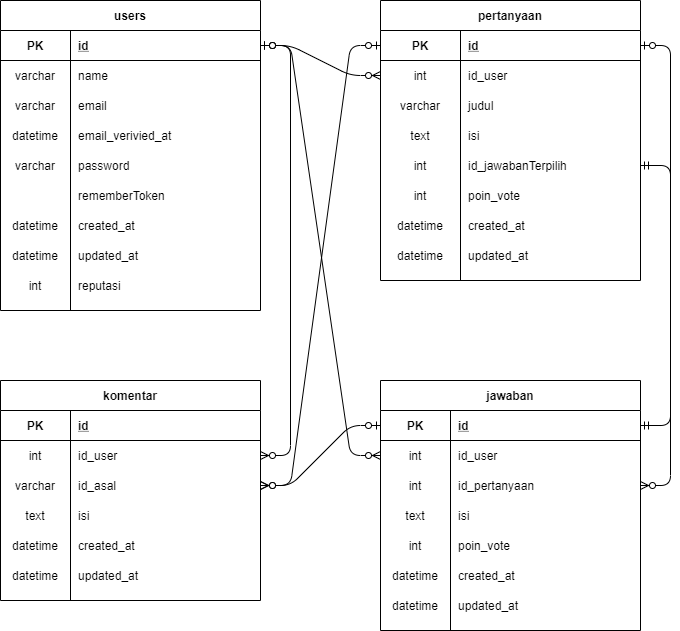
This is public/img/diagram_erd.png from SatrioAkbar12/final_project-kelompok32, a draw.io export, as it was before one commit. Source tidied: cells renumbered, new cells last; positions are measured from the earlier drawing's top-left corner, leaving out a move shared by most shapes.
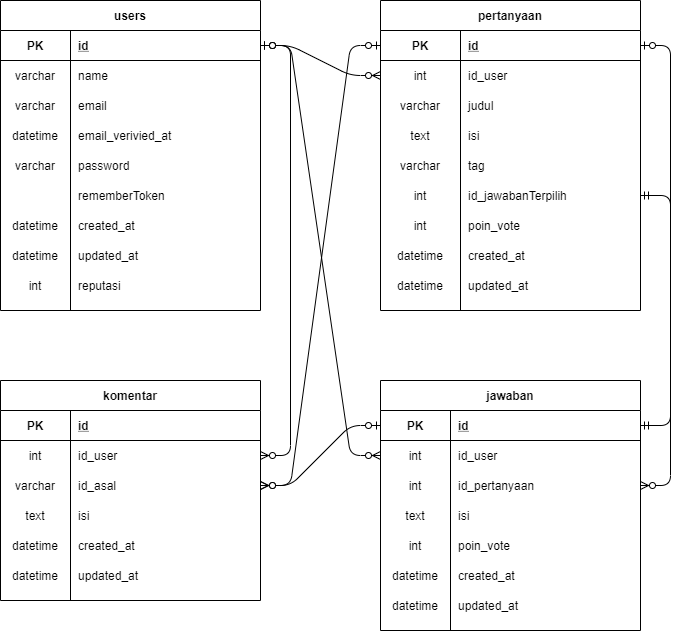
The same file after the commit.

Commit message:
image diagram erd

Diff of the diagram source:
```diff
@@ -12,7 +12,7 @@
       <mxGeometry relative="1" as="geometry" />
     </mxCell>
     <mxCell id="5" value="pertanyaan" style="shape=table;startSize=30;rowLines=0;fontStyle=1;align=center;" parent="1" vertex="1">
-      <mxGeometry x="380" width="260" height="280" as="geometry" />
+      <mxGeometry x="380" width="260" height="310" as="geometry" />
     </mxCell>
     <mxCell id="6" style="shape=partialRectangle;fillColor=none;top=0;left=0;bottom=1;right=0;points=[[0,0.5],[1,0.5]];portConstraint=eastwest;" parent="5" vertex="1">
       <mxGeometry y="30" width="260" height="30" as="geometry" />
@@ -50,8 +50,17 @@
     <mxCell id="17" value="isi" style="shape=partialRectangle;fillColor=none;top=0;left=0;bottom=0;right=0;align=left;spacingLeft=6;overflow=hidden;" parent="15" vertex="1">
       <mxGeometry x="80" width="180" height="30" as="geometry" />
     </mxCell>
+    <mxCell id="103" style="shape=partialRectangle;fillColor=none;top=0;left=0;bottom=0;right=0;" parent="5" vertex="1">
+      <mxGeometry y="150" width="260" height="30" as="geometry" />
+    </mxCell>
+    <mxCell id="104" value="varchar" style="shape=partialRectangle;fillColor=none;top=0;left=0;bottom=0;right=0;overflow=hidden;" parent="103" vertex="1">
+      <mxGeometry width="80" height="30" as="geometry" />
+    </mxCell>
+    <mxCell id="105" value="tag" style="shape=partialRectangle;fillColor=none;top=0;left=0;bottom=0;right=0;align=left;spacingLeft=6;overflow=hidden;" parent="103" vertex="1">
+      <mxGeometry x="80" width="180" height="30" as="geometry" />
+    </mxCell>
     <mxCell id="18" style="shape=partialRectangle;fillColor=none;top=0;left=0;bottom=0;right=0;points=[[0,0.5],[1,0.5]];portConstraint=eastwest;" parent="5" vertex="1">
-      <mxGeometry y="150" width="260" height="30" as="geometry" />
+      <mxGeometry y="180" width="260" height="30" as="geometry" />
     </mxCell>
     <mxCell id="19" value="int" style="shape=partialRectangle;fillColor=none;top=0;left=0;bottom=0;right=0;overflow=hidden;" parent="18" vertex="1">
       <mxGeometry width="80" height="30" as="geometry" />
@@ -60,7 +69,7 @@
       <mxGeometry x="80" width="180" height="30" as="geometry" />
     </mxCell>
     <mxCell id="21" style="shape=partialRectangle;fillColor=none;top=0;left=0;bottom=0;right=0;" parent="5" vertex="1">
-      <mxGeometry y="180" width="260" height="30" as="geometry" />
+      <mxGeometry y="210" width="260" height="30" as="geometry" />
     </mxCell>
     <mxCell id="22" value="int" style="shape=partialRectangle;fillColor=none;top=0;left=0;bottom=0;right=0;overflow=hidden;" parent="21" vertex="1">
       <mxGeometry width="80" height="30" as="geometry" />
@@ -69,7 +78,7 @@
       <mxGeometry x="80" width="180" height="30" as="geometry" />
     </mxCell>
     <mxCell id="24" style="shape=partialRectangle;fillColor=none;top=0;left=0;bottom=0;right=0;" parent="5" vertex="1">
-      <mxGeometry y="210" width="260" height="30" as="geometry" />
+      <mxGeometry y="240" width="260" height="30" as="geometry" />
     </mxCell>
     <mxCell id="25" value="datetime" style="shape=partialRectangle;fillColor=none;top=0;left=0;bottom=0;right=0;overflow=hidden;" parent="24" vertex="1">
       <mxGeometry width="80" height="30" as="geometry" />
@@ -78,7 +87,7 @@
       <mxGeometry x="80" width="180" height="30" as="geometry" />
     </mxCell>
     <mxCell id="27" style="shape=partialRectangle;fillColor=none;top=0;left=0;bottom=0;right=0;" parent="5" vertex="1">
-      <mxGeometry y="240" width="260" height="30" as="geometry" />
+      <mxGeometry y="270" width="260" height="30" as="geometry" />
     </mxCell>
     <mxCell id="28" value="datetime" style="shape=partialRectangle;fillColor=none;top=0;left=0;bottom=0;right=0;overflow=hidden;" parent="27" vertex="1">
       <mxGeometry width="80" height="30" as="geometry" />
```
